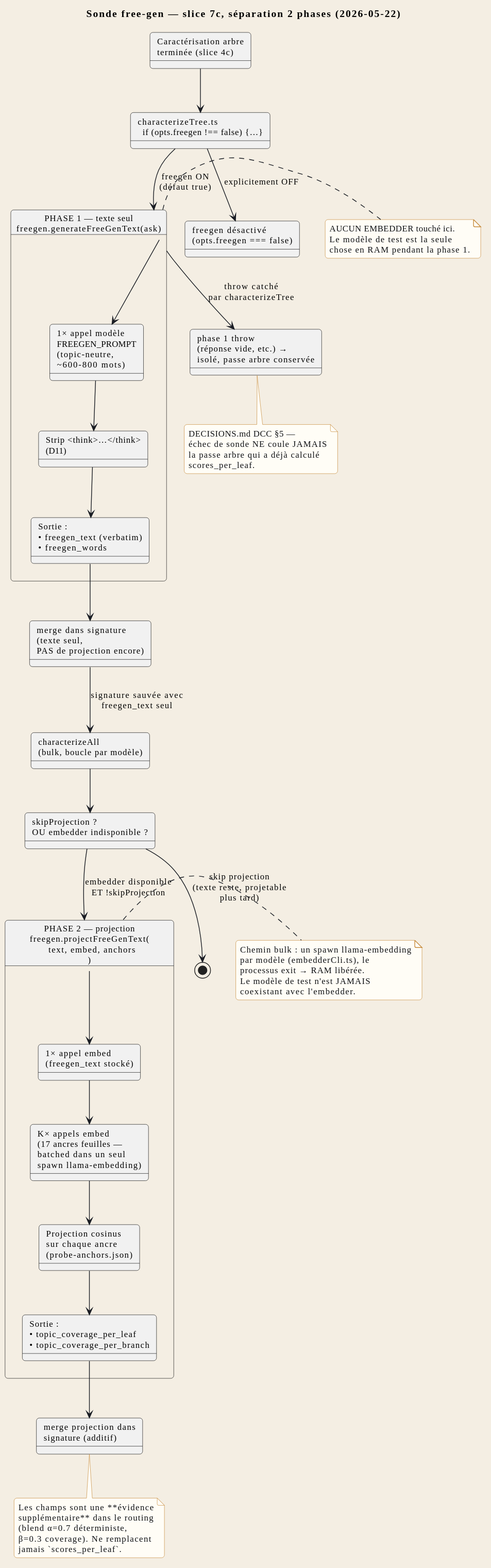
Syphys/maestria keeps this PlantUML diagram as docs/fr/svg/freegen.svg. Above is the earlier version.
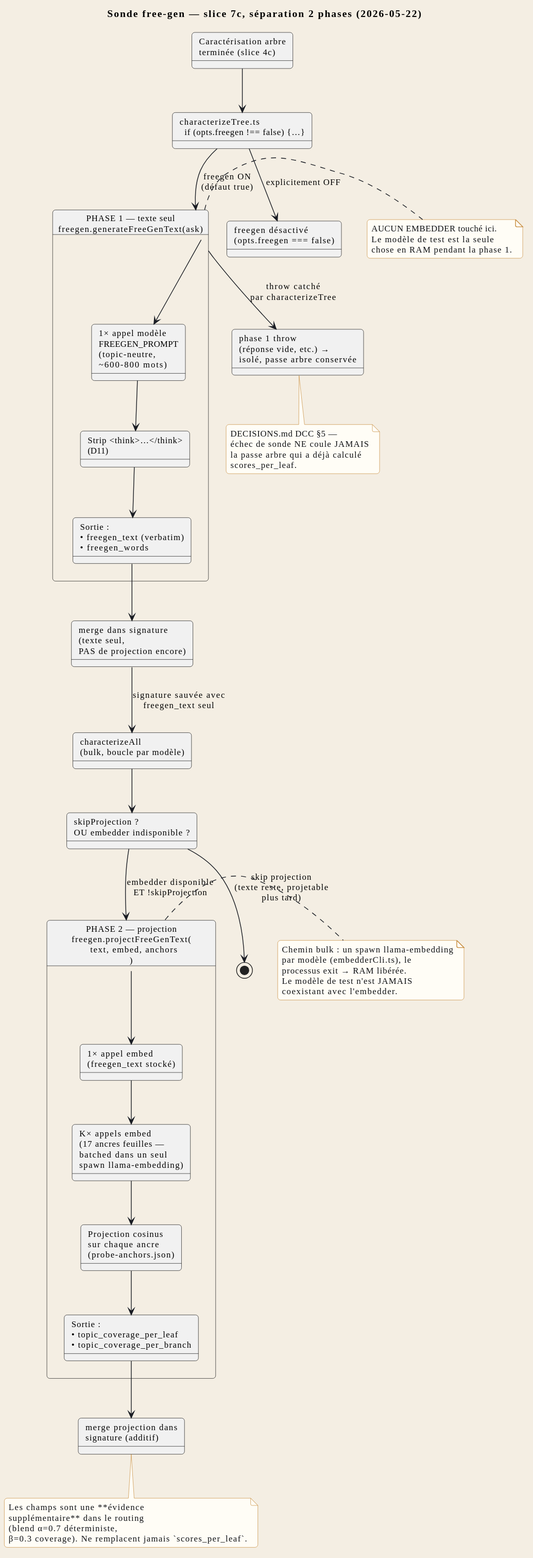
After the commit.

Diff of the diagram source:
```diff
@@ -1,45 +1,45 @@
 @startuml
 !include ../_includes/style.iuml
 
-title Sonde free-gen — slice 7c, séparation 2 phases (2026-05-22)
+title STR_FGDIA_TITLE
 
-state "Caractérisation arbre\nterminée (slice 4c)" as TREE_DONE
+state "STR_FGDIA_TREE_DONE" as TREE_DONE
 state "characterizeTree.ts\n  if (opts.freegen !== false) {…}" as GATE_FG
 
-state "PHASE 1 — texte seul\nfreegen.generateFreeGenText(ask)" as PHASE1 {
-  state "1× appel modèle\nFREEGEN_PROMPT\n(topic-neutre,\n~600-800 mots)" as ASK
+state "STR_FGDIA_PHASE1" as PHASE1 {
+  state "STR_FGDIA_ASK" as ASK
   state "Strip <think>…</think>\n(D11)" as STRIP
-  state "Sortie :\n• freegen_text (verbatim)\n• freegen_words" as TEXT_OUT
+  state "STR_FGDIA_TEXT_OUT" as TEXT_OUT
 }
 
-state "merge dans signature\n(texte seul,\nPAS de projection encore)" as MERGE_TEXT
+state "STR_FGDIA_MERGE_TEXT" as MERGE_TEXT
 
-state "PHASE 2 — projection\nfreegen.projectFreeGenText(\n  text, embed, anchors\n)" as PHASE2 {
-  state "1× appel embed\n(freegen_text stocké)" as EMB_TEXT
-  state "K× appels embed\n(17 ancres feuilles —\nbatched dans un seul\nspawn llama-embedding)" as EMB_ANCHORS
-  state "Projection cosinus\nsur chaque ancre\n(probe-anchors.json)" as PROJECT
-  state "Sortie :\n• topic_coverage_per_leaf\n• topic_coverage_per_branch" as PROJ_OUT
+state "STR_FGDIA_PHASE2" as PHASE2 {
+  state "STR_FGDIA_EMB_TEXT" as EMB_TEXT
+  state "STR_FGDIA_EMB_ANCHORS" as EMB_ANCHORS
+  state "STR_FGDIA_PROJECT" as PROJECT
+  state "STR_FGDIA_PROJ_OUT" as PROJ_OUT
 }
 
-state "merge projection dans\nsignature (additif)" as MERGE_PROJ
+state "STR_FGDIA_MERGE_PROJ" as MERGE_PROJ
 
-state "freegen désactivé\n(opts.freegen === false)" as SKIP_FG
-state "phase 1 throw\n(réponse vide, etc.) →\nisolé, passe arbre conservée" as SKIP_E
+state "STR_FGDIA_SKIP_FG" as SKIP_FG
+state "STR_FGDIA_SKIP_E" as SKIP_E
 
 TREE_DONE --> GATE_FG
-GATE_FG --> PHASE1 : freegen ON\n(défaut true)
-GATE_FG --> SKIP_FG : explicitement OFF
+GATE_FG --> PHASE1 : STR_FGDIA_REL_FREEGEN_ON
+GATE_FG --> SKIP_FG : STR_FGDIA_REL_EXPLICIT_OFF
 PHASE1 --> ASK
 ASK --> STRIP
 STRIP --> TEXT_OUT
 TEXT_OUT --> MERGE_TEXT
 
-state "characterizeAll\n(bulk, boucle par modèle)" as BULK_LOOP
-state "skipProjection ?\nOU embedder indisponible ?" as PROJ_GATE
-MERGE_TEXT --> BULK_LOOP : signature sauvée avec\nfreegen_text seul
+state "STR_FGDIA_BULK_LOOP" as BULK_LOOP
+state "STR_FGDIA_PROJ_GATE" as PROJ_GATE
+MERGE_TEXT --> BULK_LOOP : STR_FGDIA_REL_SIG_SAVED
 BULK_LOOP --> PROJ_GATE
-PROJ_GATE --> PHASE2 : embedder disponible\nET !skipProjection
-PROJ_GATE --> [*] : skip projection\n(texte reste, projetable\nplus tard)
+PROJ_GATE --> PHASE2 : STR_FGDIA_REL_EMB_AVAIL
+PROJ_GATE --> [*] : STR_FGDIA_REL_SKIP_PROJ
 
 PHASE2 --> EMB_TEXT
 EMB_TEXT --> EMB_ANCHORS
@@ -47,34 +47,33 @@
 PROJECT --> PROJ_OUT
 PROJ_OUT --> MERGE_PROJ
 
-PHASE1 --> SKIP_E : throw catché\npar characterizeTree
+PHASE1 --> SKIP_E : STR_FGDIA_REL_THROW_CAUGHT
 
 note right of PHASE1
-  AUCUN EMBEDDER touché ici.
-  Le modèle de test est la seule
-  chose en RAM pendant la phase 1.
+  STR_FGDIA_NOTE_PH1_L1
+  STR_FGDIA_NOTE_PH1_L2
+  STR_FGDIA_NOTE_PH1_L3
 end note
 
 note right of PHASE2
-  Chemin bulk : un spawn llama-embedding
-  par modèle (embedderCli.ts), le
-  processus exit → RAM libérée.
-  Le modèle de test n'est JAMAIS
-  coexistant avec l'embedder.
+  STR_FGDIA_NOTE_PH2_L1
+  STR_FGDIA_NOTE_PH2_L2
+  STR_FGDIA_NOTE_PH2_L3
+  STR_FGDIA_NOTE_PH2_L4
+  STR_FGDIA_NOTE_PH2_L5
 end note
 
 note bottom of MERGE_PROJ
-  Les champs sont une **évidence
-  supplémentaire** dans le routing
-  (blend α=0.7 déterministe,
-  β=0.3 coverage). Ne remplacent
-  jamais `scores_per_leaf`.
+  STR_FGDIA_NOTE_MP_L1
+  STR_FGDIA_NOTE_MP_L2
+  STR_FGDIA_NOTE_MP_L3
+  STR_FGDIA_NOTE_MP_L4
 end note
 
 note bottom of SKIP_E
-  DECISIONS.md DCC §5 —
-  échec de sonde NE coule JAMAIS
-  la passe arbre qui a déjà calculé
-  scores_per_leaf.
+  STR_FGDIA_NOTE_SE_L1
+  STR_FGDIA_NOTE_SE_L2
+  STR_FGDIA_NOTE_SE_L3
+  STR_FGDIA_NOTE_SE_L4
 end note
 @enduml
```
